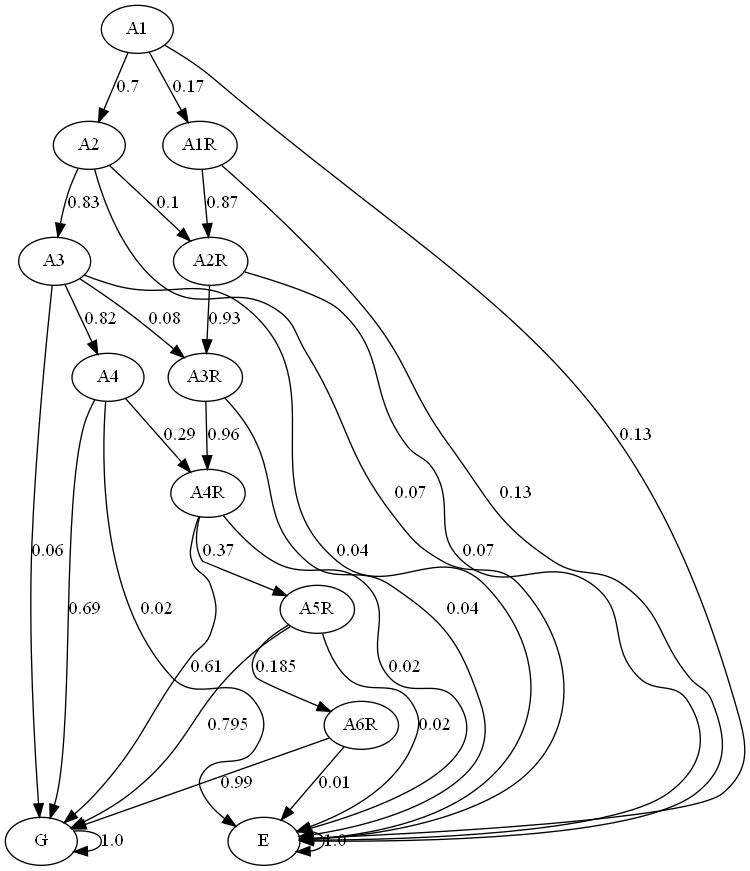
The Graphviz diagram graph/markov.png in JulianaFerreira/educacao, before a commit. Its source is kept beside it as graph/markov.dot.
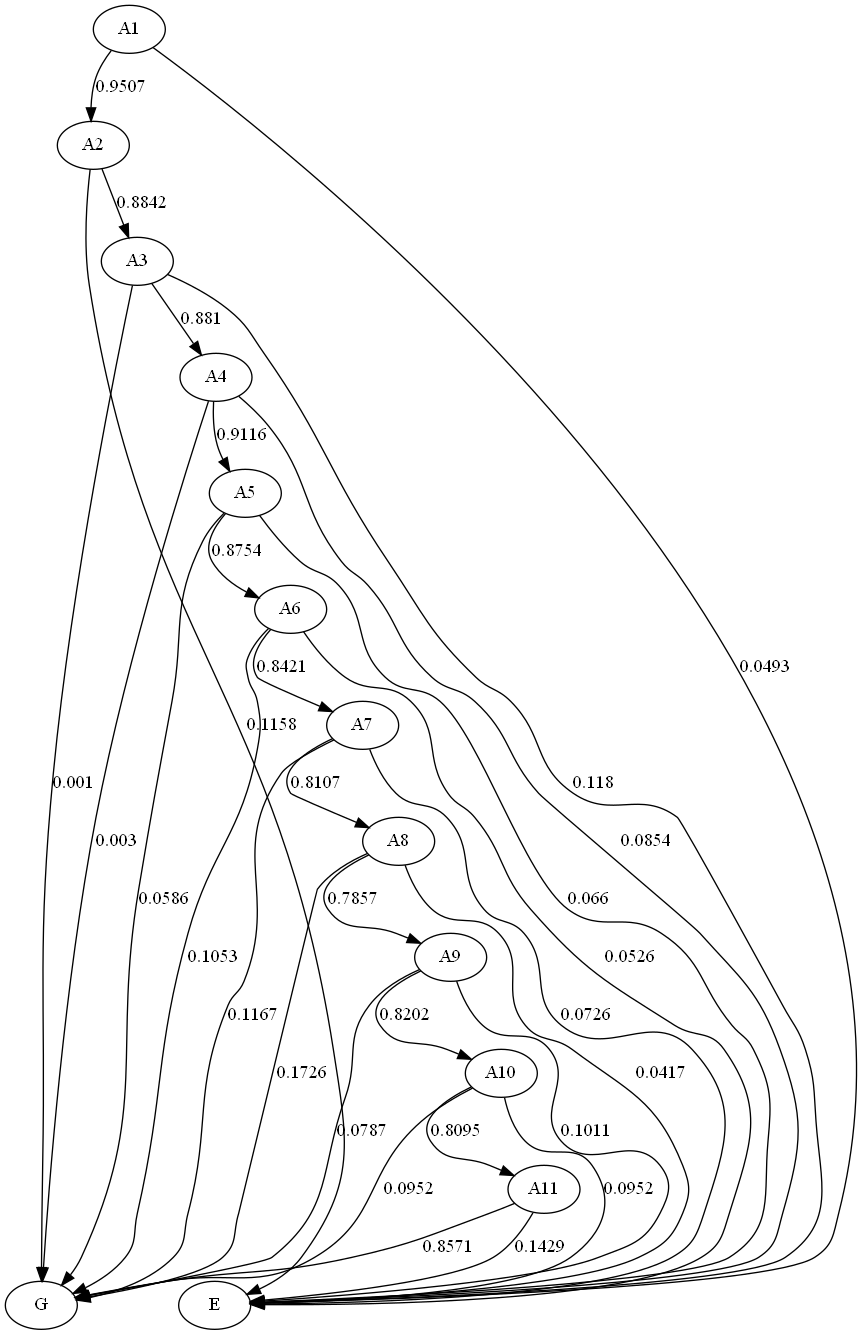
After the commit.

The edit, as a diff of the source:
```diff
@@ -3,41 +3,43 @@
 A2;
 A3;
 A4;
-A1R;
-A2R;
-A3R;
-A4R;
-A5R;
-A6R;
+A5;
+A6;
+A7;
+A8;
+A9;
+A10;
+A11;
 G;
 E;
-A1 -> A2  [key=0, label="0.7", weight="0.7"];
-A1 -> A1R  [key=0, label="0.17", weight="0.17"];
-A1 -> E  [key=0, label="0.13", weight="0.13"];
-A2 -> A3  [key=0, label="0.83", weight="0.83"];
-A2 -> A2R  [key=0, label="0.1", weight="0.1"];
-A2 -> E  [key=0, label="0.07", weight="0.07"];
-A3 -> A4  [key=0, label="0.82", weight="0.82"];
-A3 -> A3R  [key=0, label="0.08", weight="0.08"];
-A3 -> G  [key=0, label="0.06", weight="0.06"];
-A3 -> E  [key=0, label="0.04", weight="0.04"];
-A4 -> A4R  [key=0, label="0.29", weight="0.29"];
-A4 -> G  [key=0, label="0.69", weight="0.69"];
-A4 -> E  [key=0, label="0.02", weight="0.02"];
-A1R -> A2R  [key=0, label="0.87", weight="0.87"];
-A1R -> E  [key=0, label="0.13", weight="0.13"];
-A2R -> A3R  [key=0, label="0.93", weight="0.93"];
-A2R -> E  [key=0, label="0.07", weight="0.07"];
-A3R -> A4R  [key=0, label="0.96", weight="0.96"];
-A3R -> E  [key=0, label="0.04", weight="0.04"];
-A4R -> A5R  [key=0, label="0.37", weight="0.37"];
-A4R -> G  [key=0, label="0.61", weight="0.61"];
-A4R -> E  [key=0, label="0.02", weight="0.02"];
-A5R -> A6R  [key=0, label="0.185", weight="0.185"];
-A5R -> G  [key=0, label="0.795", weight="0.795"];
-A5R -> E  [key=0, label="0.02", weight="0.02"];
-A6R -> G  [key=0, label="0.99", weight="0.99"];
-A6R -> E  [key=0, label="0.01", weight="0.01"];
-G -> G  [key=0, label="1.0", weight="1.0"];
-E -> E  [key=0, label="1.0", weight="1.0"];
+A1 -> A2  [key=0, label="0.9507", weight="0.9507"];
+A1 -> E  [key=0, label="0.0493", weight="0.0493"];
+A2 -> A3  [key=0, label="0.8842", weight="0.8842"];
+A2 -> E  [key=0, label="0.1158", weight="0.1158"];
+A3 -> A4  [key=0, label="0.881", weight="0.881"];
+A3 -> G  [key=0, label="0.001", weight="0.001"];
+A3 -> E  [key=0, label="0.118", weight="0.118"];
+A4 -> A5  [key=0, label="0.9116", weight="0.9116"];
+A4 -> G  [key=0, label="0.003", weight="0.003"];
+A4 -> E  [key=0, label="0.0854", weight="0.0854"];
+A5 -> A6  [key=0, label="0.8754", weight="0.8754"];
+A5 -> G  [key=0, label="0.0586", weight="0.0586"];
+A5 -> E  [key=0, label="0.066", weight="0.066"];
+A6 -> A7  [key=0, label="0.8421", weight="0.8421"];
+A6 -> G  [key=0, label="0.1053", weight="0.1053"];
+A6 -> E  [key=0, label="0.0526", weight="0.0526"];
+A7 -> A8  [key=0, label="0.8107", weight="0.8107"];
+A7 -> G  [key=0, label="0.1167", weight="0.1167"];
+A7 -> E  [key=0, label="0.0726", weight="0.0726"];
+A8 -> A9  [key=0, label="0.7857", weight="0.7857"];
+A8 -> G  [key=0, label="0.1726", weight="0.1726"];
+A8 -> E  [key=0, label="0.0417", weight="0.0417"];
+A9 -> A10  [key=0, label="0.8202", weight="0.8202"];
+A9 -> G  [key=0, label="0.0787", weight="0.0787"];
+A9 -> E  [key=0, label="0.1011", weight="0.1011"];
+A10 -> A11  [key=0, label="0.8095", weight="0.8095"];
+A10 -> G  [key=0, label="0.0952", weight="0.0952"];
+A10 -> E  [key=0, label="0.0952", weight="0.0952"];
+A11 -> G  [key=0, label="0.8571", weight="0.8571"];
+A11 -> E  [key=0, label="0.1429", weight="0.1429"];
 }
```
